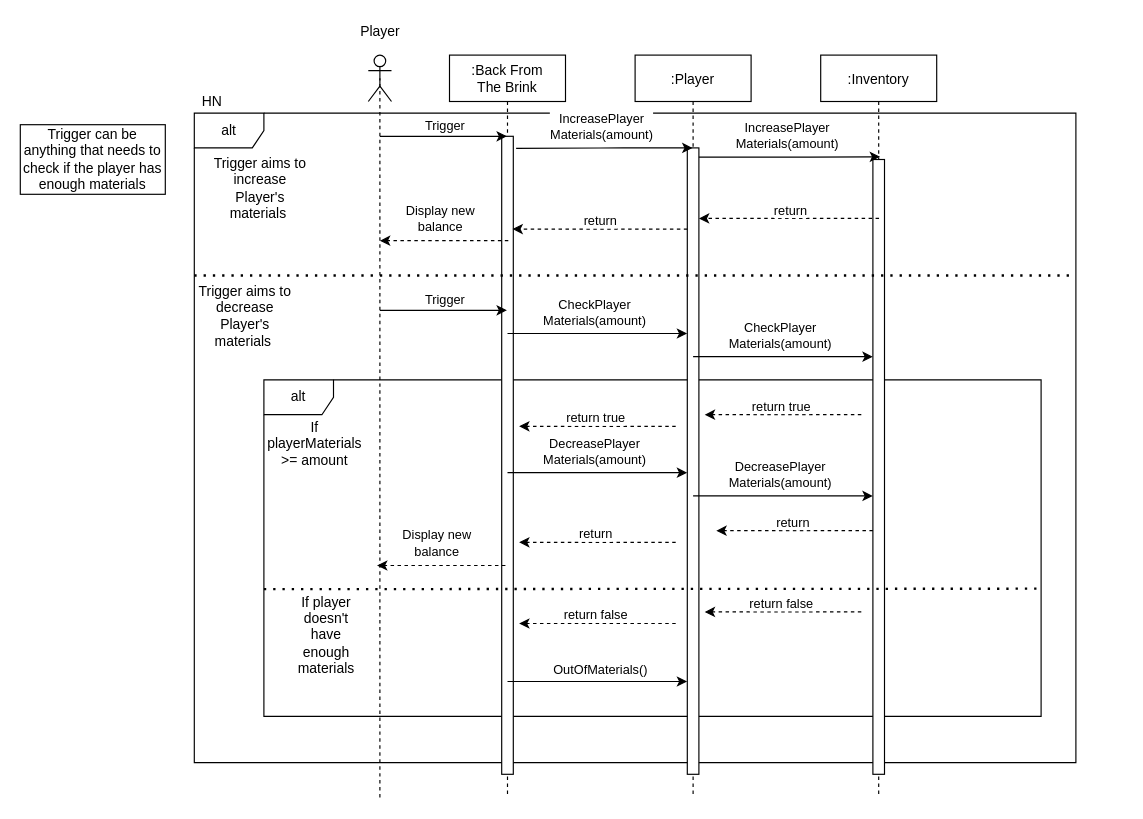
The draw.io diagram Documentation/Sequence Diagrams/Update Player Materials SD (draft).drawio in cmcgarry5/csc2058-2021-g25, before the edit. Source tidied: cells renumbered, new cells numbered last; positions are measured from the earlier drawing's top-left corner, leaving out a move shared by most shapes. Both pictures are drawn from the tidied source at 116%, with x=0, y=0 at pixel (20, 20).
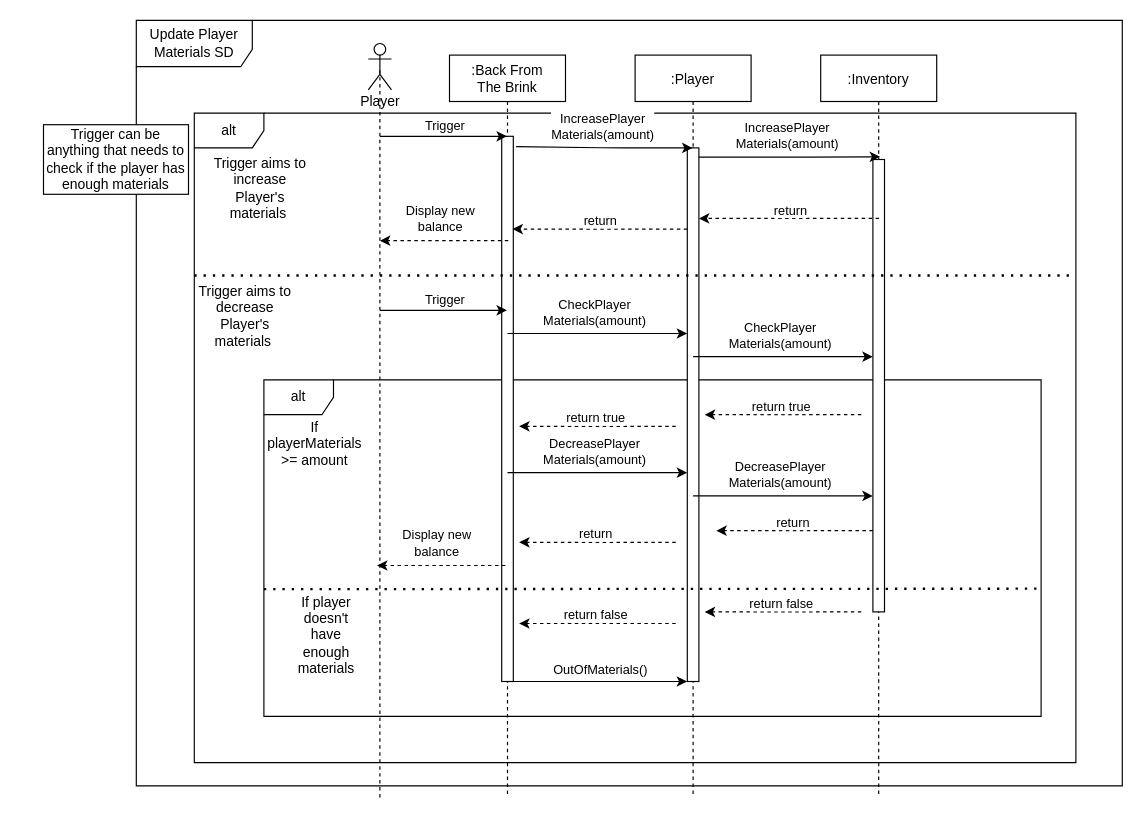
Above is the later version.

Unchanged cells that the change refers to:
```xml
<mxCell id="4" value=":Back From&#10;The Brink" style="shape=umlLifeline;perimeter=lifelinePerimeter;rounded=0;shadow=0;strokeWidth=1;" parent="1" vertex="1">
  <mxGeometry x="370" y="30" width="100" height="640" as="geometry" />
</mxCell>
<mxCell id="6" value=":Player" style="shape=umlLifeline;perimeter=lifelinePerimeter;rounded=0;shadow=0;strokeWidth=1;" parent="1" vertex="1">
  <mxGeometry x="530" y="30" width="100" height="640" as="geometry" />
</mxCell>
<mxCell id="10" value=":Inventory" style="shape=umlLifeline;perimeter=lifelinePerimeter;rounded=0;shadow=0;strokeWidth=1;" parent="1" vertex="1">
  <mxGeometry x="690" y="30" width="100" height="640" as="geometry" />
</mxCell>
```

The edit, as a diff of the source:
```diff
@@
+    <mxCell id="52" value="Update Player Materials SD" style="shape=umlFrame;whiteSpace=wrap;html=1;width=100;height=40;" parent="1" vertex="1">
+      <mxGeometry x="100" width="850" height="660" as="geometry" />
+    </mxCell>
@@
     <mxCell id="5" style="points=[];perimeter=orthogonalPerimeter;rounded=0;shadow=0;strokeWidth=1;" parent="4" vertex="1">
-      <mxGeometry x="45" y="70" width="10" height="550" as="geometry" />
+      <mxGeometry x="45" y="70" width="10" height="470" as="geometry" />
     </mxCell>
@@
     <mxCell id="7" style="points=[];perimeter=orthogonalPerimeter;rounded=0;shadow=0;strokeWidth=1;" parent="6" vertex="1">
-      <mxGeometry x="45" y="80" width="10" height="540" as="geometry" />
+      <mxGeometry x="45" y="80" width="10" height="460" as="geometry" />
     </mxCell>
     <mxCell id="8" style="shape=umlActor;verticalLabelPosition=bottom;verticalAlign=top;html=1;" parent="1" vertex="1">
-      <mxGeometry x="300" y="30" width="20" height="40" as="geometry" />
+      <mxGeometry x="300" y="20" width="20" height="40" as="geometry" />
     </mxCell>
@@
     <mxCell id="11" style="perimeter=orthogonalPerimeter;rounded=0;shadow=0;strokeWidth=1;" parent="10" vertex="1">
-      <mxGeometry x="45" y="90" width="10" height="530" as="geometry" />
+      <mxGeometry x="45" y="90" width="10" height="390" as="geometry" />
     </mxCell>
     <mxCell id="12" value="Player" style="text;html=1;align=center;verticalAlign=middle;" parent="1" vertex="1">
-      <mxGeometry x="285" width="50" height="20" as="geometry" />
+      <mxGeometry x="285" y="60" width="50" height="20" as="geometry" />
     </mxCell>
-    <mxCell id="13" value="HN" style="text;html=1;align=center;verticalAlign=middle;" parent="1" vertex="1">
-      <mxGeometry x="150" y="60" width="30" height="20" as="geometry" />
-    </mxCell>
     <mxCell id="14" value="Trigger can be anything that needs to check if the player has enough materials" style="rounded=0;whiteSpace=wrap;html=1;" parent="1" vertex="1">
-      <mxGeometry y="90" width="125" height="60" as="geometry" />
+      <mxGeometry x="20" y="90" width="125" height="60" as="geometry" />
     </mxCell>
```
